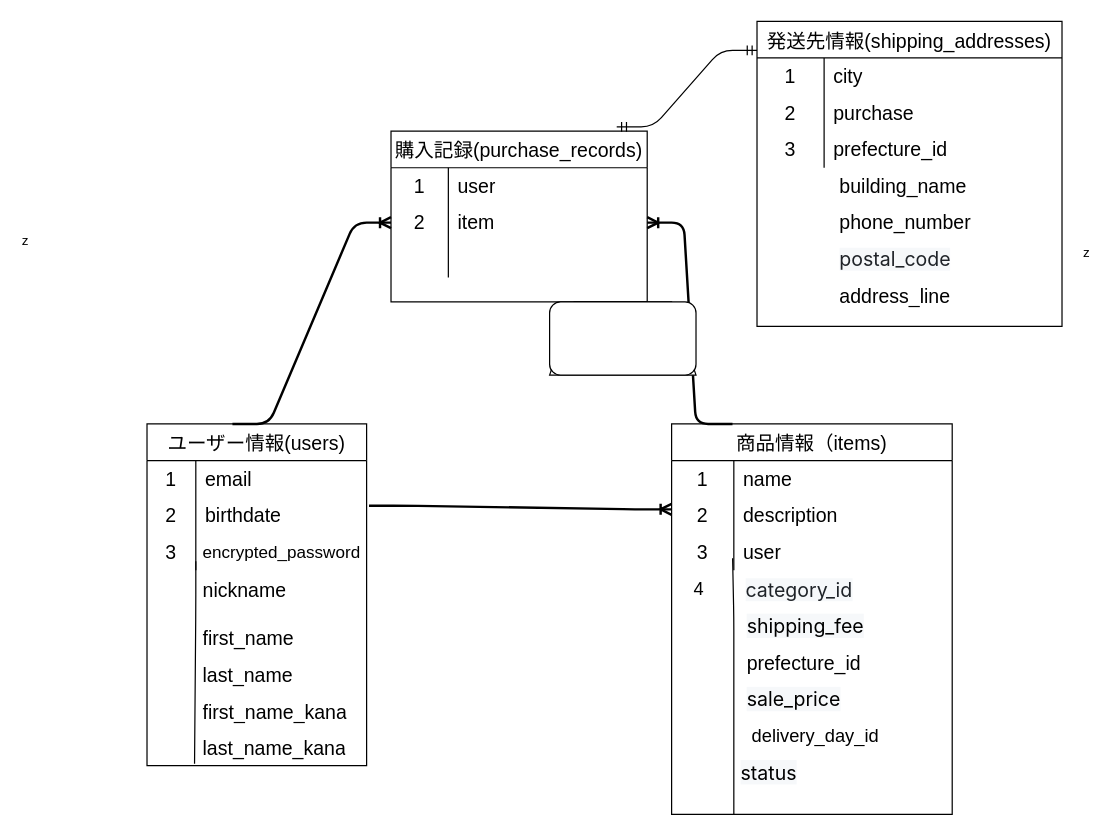
The draw.io diagram test.dio in pazu0000/furima-41697, before the edit. Source tidied: cells renumbered, new cells numbered last; positions are measured from the earlier drawing's top-left corner, leaving out a move shared by most shapes. Both pictures are drawn from the tidied source at 122%, with x=0, y=0 at pixel (146, 21).
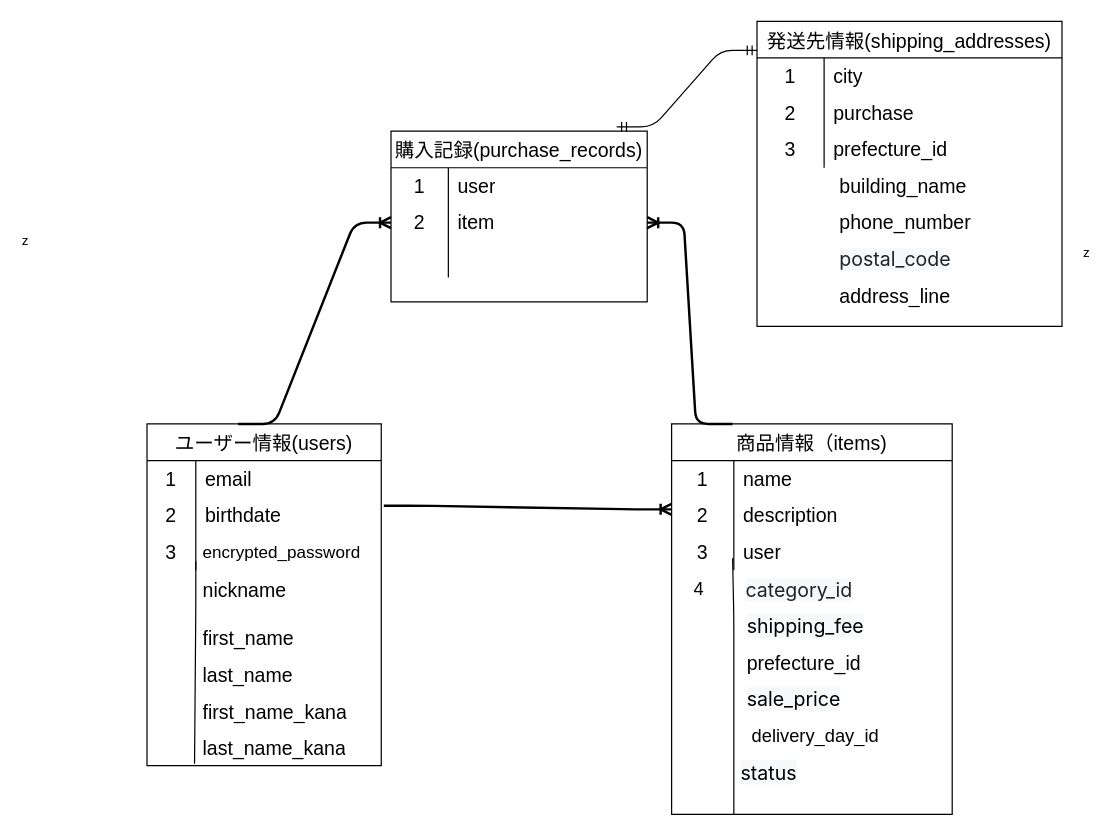
After the change.

Diff of the diagram source:
```diff
@@
     <mxCell id="2" value="ユーザー情報(users)" style="shape=table;startSize=30;childLayout=tableLayout;rowLines=0;fontStyle=0;strokeColor=default;fontSize=16;" parent="1" vertex="1">
-      <mxGeometry y="330" width="180" height="280" as="geometry" />
+      <mxGeometry y="330" width="192" height="280" as="geometry" />
     </mxCell>
     <mxCell id="3" style="shape=tableRow;horizontal=0;startSize=0;swimlaneHead=0;swimlaneBody=0;top=0;left=0;bottom=0;right=0;fillColor=none;strokeColor=inherit;fontSize=16;" parent="2" vertex="1">
-      <mxGeometry y="30" width="180" height="30" as="geometry" />
+      <mxGeometry y="30" width="192" height="30" as="geometry" />
     </mxCell>
@@
     <mxCell id="5" value="email" style="shape=partialRectangle;html=1;whiteSpace=wrap;fillColor=none;top=0;left=0;bottom=0;right=0;align=left;spacingLeft=6;overflow=hidden;strokeColor=inherit;fontSize=16;" parent="3" vertex="1">
-      <mxGeometry x="40" width="140" height="30" as="geometry" />
+      <mxGeometry x="40" width="152" height="30" as="geometry" />
     </mxCell>
     <mxCell id="6" style="shape=tableRow;horizontal=0;startSize=0;swimlaneHead=0;swimlaneBody=0;top=0;left=0;bottom=0;right=0;fillColor=none;points=[[0,0.5],[1,0.5]];portConstraint=eastwest;strokeColor=inherit;fontSize=16;" parent="2" vertex="1">
-      <mxGeometry y="60" width="180" height="30" as="geometry" />
+      <mxGeometry y="60" width="192" height="30" as="geometry" />
     </mxCell>
@@
     <mxCell id="8" value="birthdate" style="shape=partialRectangle;html=1;whiteSpace=wrap;fillColor=none;top=0;left=0;bottom=0;right=0;align=left;spacingLeft=6;overflow=hidden;strokeColor=inherit;fontSize=16;" parent="6" vertex="1">
-      <mxGeometry x="40" width="140" height="30" as="geometry" />
+      <mxGeometry x="40" width="152" height="30" as="geometry" />
     </mxCell>
     <mxCell id="9" style="shape=tableRow;horizontal=0;startSize=0;swimlaneHead=0;swimlaneBody=0;top=0;left=0;bottom=0;right=0;fillColor=none;strokeColor=inherit;fontSize=16;" parent="2" vertex="1">
-      <mxGeometry y="90" width="180" height="30" as="geometry" />
+      <mxGeometry y="90" width="192" height="30" as="geometry" />
     </mxCell>
@@
     <mxCell id="11" style="shape=partialRectangle;html=1;whiteSpace=wrap;fillColor=none;top=0;left=0;bottom=0;right=0;align=left;spacingLeft=6;overflow=hidden;strokeColor=inherit;fontSize=16;" parent="9" vertex="1">
-      <mxGeometry x="40" width="140" height="30" as="geometry" />
+      <mxGeometry x="40" width="152" height="30" as="geometry" />
     </mxCell>
@@
-    <mxCell id="66" style="shape=trapezoid;perimeter=trapezoidPerimeter;whiteSpace=wrap;html=1;fixedSize=1;" parent="1" vertex="1">
-      <mxGeometry x="330" y="230" width="120" height="60" as="geometry" />
-    </mxCell>
-    <mxCell id="67" style="rounded=1;whiteSpace=wrap;html=1;" parent="1" vertex="1">
-      <mxGeometry x="330" y="230" width="120" height="60" as="geometry" />
-    </mxCell>
```
